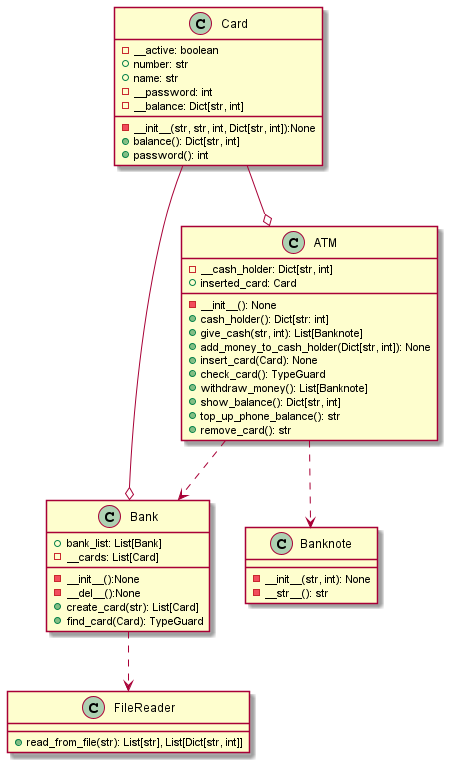
Above: 1/plantuml/classes_diagram.png in anadeg/ISPP (PlantUML), before the change. The source it was exported from:
```plantuml
@startuml

class ATM
{
-__cash_holder: Dict[str, int]
+inserted_card: Card
-__init__(): None
+cash_holder(): Dict[str: int]
+give_cash(str, int): List[Banknote]
+add_money_to_cash_holder(Dict[str, int]): None
+insert_card(Card): None
+check_card(): TypeGuard
+withdraw_money(): List[Banknote]
+show_balance(): Dict[str, int]
+top_up_phone_balance(): str
+remove_card(): str
}
class Bank
{
+bank_list: List[Bank]
-__cards: List[Card]
-__init__():None
-__del__():None
+create_card(str): List[Card]
+find_card(Card): TypeGuard
}
class Banknote
{
-__init__(str, int): None
-__str__(): str
}
class Card
{
-__active: boolean
+number: str
+name: str
-__password: int
-__balance: Dict[str, int]
-__init__(str, str, int, Dict[str, int]):None
+balance(): Dict[str, int]
+password(): int
}
class FileReader
{
+read_from_file(str): List[str], List[Dict[str, int]]
}

ATM ..> Banknote
ATM ..> Bank

Card --o ATM
Card --o Bank

Bank ..> FileReader


@enduml
```
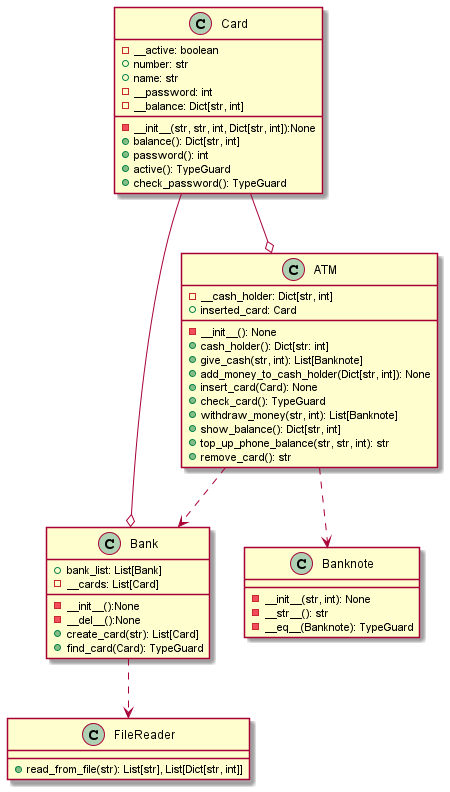
Above is the later version.

What changed in the source:
```diff
@@ -10,9 +10,9 @@
 +add_money_to_cash_holder(Dict[str, int]): None
 +insert_card(Card): None
 +check_card(): TypeGuard
-+withdraw_money(): List[Banknote]
++withdraw_money(str, int): List[Banknote]
 +show_balance(): Dict[str, int]
-+top_up_phone_balance(): str
++top_up_phone_balance(str, str, int): str
 +remove_card(): str
 }
 class Bank
@@ -28,6 +28,7 @@
 {
 -__init__(str, int): None
 -__str__(): str
+-__eq__(Banknote): TypeGuard
 }
 class Card
 {
@@ -39,6 +40,8 @@
 -__init__(str, str, int, Dict[str, int]):None
 +balance(): Dict[str, int]
 +password(): int
++active(): TypeGuard
++check_password(): TypeGuard
 }
 class FileReader
 {
```
